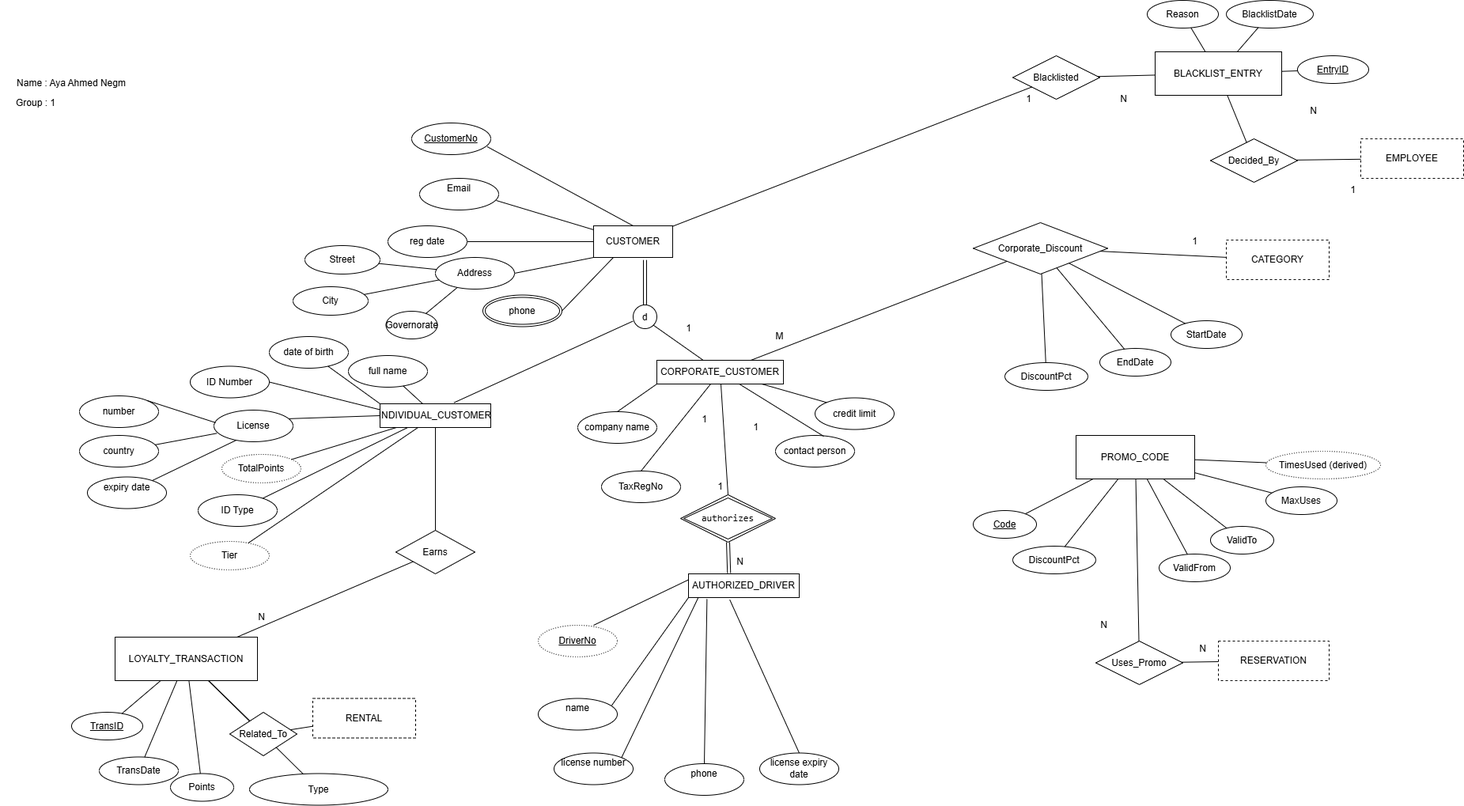
Before: exports/1-ERD-3-Customers.png, a diagram exported from draw.io (ayaanegm108-web/ayaanegm108-web-Database-Assignment-1). Source tidied: cells renumbered, new cells last; positions are measured from the earlier drawing's top-left corner, leaving out a move shared by most shapes.
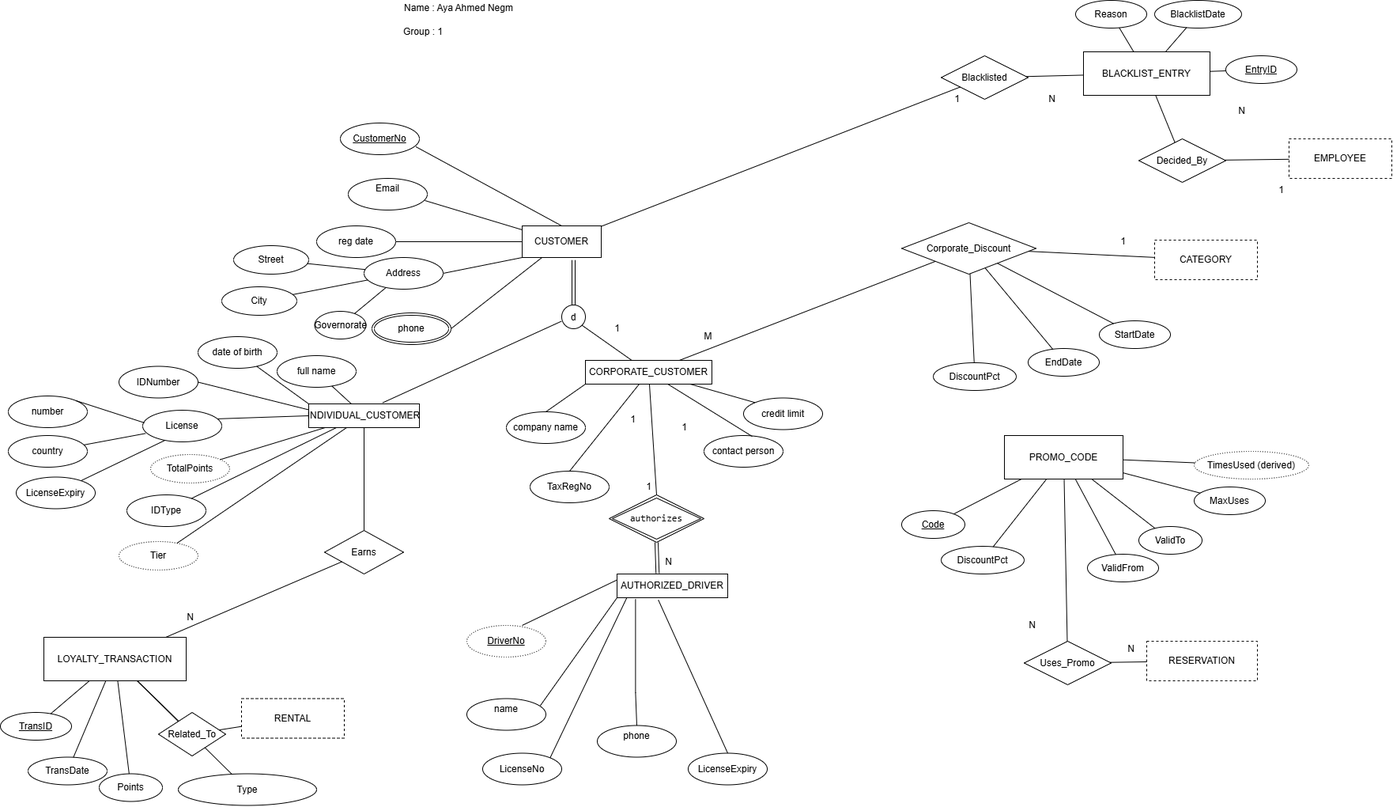
Above is the later version.

The edit, as a diff of the source:
```diff
@@ -52,7 +52,7 @@
     <mxCell id="17" value=" number" style="ellipse;whiteSpace=wrap;html=1;align=center;" parent="1" vertex="1">
       <mxGeometry x="100" y="500" width="100" height="40" as="geometry" />
     </mxCell>
-    <mxCell id="18" value="&#10;expiry date&#10;&#10;" style="ellipse;whiteSpace=wrap;html=1;align=center;" parent="1" vertex="1">
+    <mxCell id="18" value="LicenseExpiry" style="ellipse;whiteSpace=wrap;html=1;align=center;" parent="1" vertex="1">
       <mxGeometry x="110" y="602.5" width="100" height="40" as="geometry" />
     </mxCell>
     <mxCell id="19" style="endArrow=none;html=1;rounded=0;defaultLabelBackgroundColor=page;" parent="1" edge="1" source="15" target="12">
@@ -76,7 +76,7 @@
     <mxCell id="25" style="endArrow=none;html=1;rounded=0;defaultLabelBackgroundColor=page;entryX=0.278;entryY=0.955;entryDx=0;entryDy=0;entryPerimeter=0;" parent="1" edge="1" source="18" target="4">
       <mxGeometry relative="1" as="geometry" />
     </mxCell>
-    <mxCell id="26" value=" license expiry&lt;br/&gt;date" style="ellipse;whiteSpace=wrap;html=1;align=center;" parent="1" vertex="1">
+    <mxCell id="26" value="LicenseExpiry" style="ellipse;whiteSpace=wrap;html=1;align=center;" parent="1" vertex="1">
       <mxGeometry x="960" y="951.5" width="100" height="40" as="geometry" />
     </mxCell>
     <mxCell id="27" value=" credit limit" style="ellipse;whiteSpace=wrap;html=1;align=center;" parent="1" vertex="1">
@@ -110,10 +110,10 @@
       <mxGeometry relative="1" as="geometry" />
     </mxCell>
     <mxCell id="37" value="Name : Aya Ahmed Negm" style="text;html=1;whiteSpace=wrap;strokeColor=none;fillColor=none;align=center;verticalAlign=middle;rounded=0;" parent="1" vertex="1">
-      <mxGeometry y="95" width="180" height="20" as="geometry" />
+      <mxGeometry x="580" width="180" height="20" as="geometry" />
     </mxCell>
     <mxCell id="38" value="Group : 1" style="text;html=1;whiteSpace=wrap;strokeColor=none;fillColor=none;align=center;verticalAlign=middle;rounded=0;" parent="1" vertex="1">
-      <mxGeometry y="115" width="90" height="30" as="geometry" />
+      <mxGeometry x="580" y="25" width="90" height="30" as="geometry" />
     </mxCell>
     <mxCell id="39" value="CustomerNo" style="ellipse;whiteSpace=wrap;html=1;align=center;fontStyle=4;" parent="1" vertex="1">
       <mxGeometry x="520" y="155" width="100" height="40" as="geometry" />
@@ -125,9 +125,9 @@
       <mxGeometry x="550" y="325" width="100" height="40" as="geometry" />
     </mxCell>
     <mxCell id="42" value="phone" style="ellipse;shape=doubleEllipse;margin=3;whiteSpace=wrap;html=1;align=center;" parent="1" vertex="1">
-      <mxGeometry x="610" y="372.5" width="100" height="40" as="geometry" />
+      <mxGeometry x="560" y="395" width="100" height="40" as="geometry" />
     </mxCell>
-    <mxCell id="43" value="ID Type" style="ellipse;whiteSpace=wrap;html=1;align=center;" parent="1" vertex="1">
+    <mxCell id="43" value="IDType" style="ellipse;whiteSpace=wrap;html=1;align=center;" parent="1" vertex="1">
       <mxGeometry x="250" y="625" width="100" height="40" as="geometry" />
     </mxCell>
     <mxCell id="44" value="&lt;code dir=&quot;ltr&quot;&gt;authorizes&lt;/code&gt;" style="shape=rhombus;perimeter=rhombusPerimeter;whiteSpace=wrap;html=1;align=center;double=1;" parent="1" vertex="1">
@@ -142,11 +142,11 @@
     <mxCell id="47" value="&#10; name&#10;&#10;" style="ellipse;whiteSpace=wrap;html=1;align=center;" parent="1" vertex="1">
       <mxGeometry x="680" y="882.5" width="100" height="40" as="geometry" />
     </mxCell>
-    <mxCell id="48" value="&#10; license number&#10;&#10;" style="ellipse;whiteSpace=wrap;html=1;align=center;" parent="1" vertex="1">
+    <mxCell id="48" value="LicenseNo" style="ellipse;whiteSpace=wrap;html=1;align=center;" parent="1" vertex="1">
       <mxGeometry x="700" y="951.5" width="100" height="40" as="geometry" />
     </mxCell>
     <mxCell id="49" value="&#10;phone&#10;&#10;" style="ellipse;whiteSpace=wrap;html=1;align=center;" parent="1" vertex="1">
-      <mxGeometry x="840" y="965" width="100" height="40" as="geometry" />
+      <mxGeometry x="845" y="916.5" width="100" height="40" as="geometry" />
     </mxCell>
     <mxCell id="50" value="DriverNo" style="ellipse;whiteSpace=wrap;html=1;align=center;fontStyle=4;dashed=1;dashPattern=1 2;" parent="1" vertex="1">
       <mxGeometry x="680" y="790" width="100" height="40" as="geometry" />
@@ -164,7 +164,11 @@
       <mxGeometry relative="1" as="geometry" />
     </mxCell>
     <mxCell id="55" style="endArrow=none;html=1;rounded=0;defaultLabelBackgroundColor=page;exitX=0.5;exitY=0;exitDx=0;exitDy=0;entryX=0.167;entryY=1.067;entryDx=0;entryDy=0;entryPerimeter=0;" parent="1" edge="1" source="49" target="46">
-      <mxGeometry relative="1" as="geometry" />
+      <mxGeometry relative="1" as="geometry">
+        <Array as="points">
+          <mxPoint x="893.4" y="875" />
+        </Array>
+      </mxGeometry>
     </mxCell>
     <mxCell id="56" style="endArrow=none;html=1;rounded=0;defaultLabelBackgroundColor=page;exitX=0.5;exitY=0;exitDx=0;exitDy=0;entryX=0.373;entryY=1.093;entryDx=0;entryDy=0;entryPerimeter=0;" parent="1" edge="1" source="26" target="46">
       <mxGeometry relative="1" as="geometry" />
@@ -172,7 +176,7 @@
     <mxCell id="57" style="endArrow=none;html=1;rounded=0;defaultLabelBackgroundColor=page;exitX=0.5;exitY=1;exitDx=0;exitDy=0;entryX=0.366;entryY=-0.035;entryDx=0;entryDy=0;entryPerimeter=0;shape=link;" parent="1" edge="1" source="44" target="46">
       <mxGeometry relative="1" as="geometry" />
     </mxCell>
-    <mxCell id="58" value="ID Number" style="ellipse;whiteSpace=wrap;html=1;align=center;" parent="1" vertex="1">
+    <mxCell id="58" value="IDNumber" style="ellipse;whiteSpace=wrap;html=1;align=center;" parent="1" vertex="1">
       <mxGeometry x="240" y="462.5" width="100" height="40" as="geometry" />
     </mxCell>
     <mxCell id="59" value="BLACKLIST_ENTRY" style="rounded=0;whiteSpace=wrap;html=1;double=1;" parent="1" vertex="1">
```
